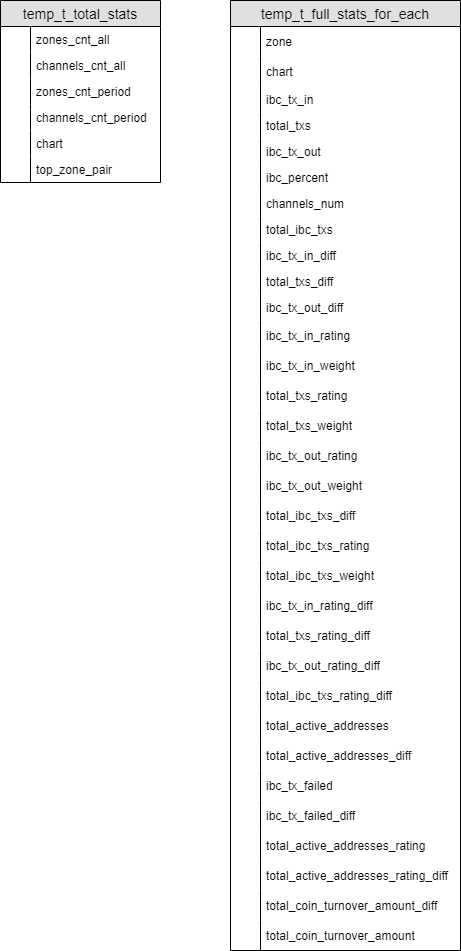
Above: docs/img/map-of-zones-DB temp.png in mapofzones/docs (draw.io), before the change. Source tidied: cells renumbered, new cells last; positions are measured from the earlier drawing's top-left corner, leaving out a move shared by most shapes.
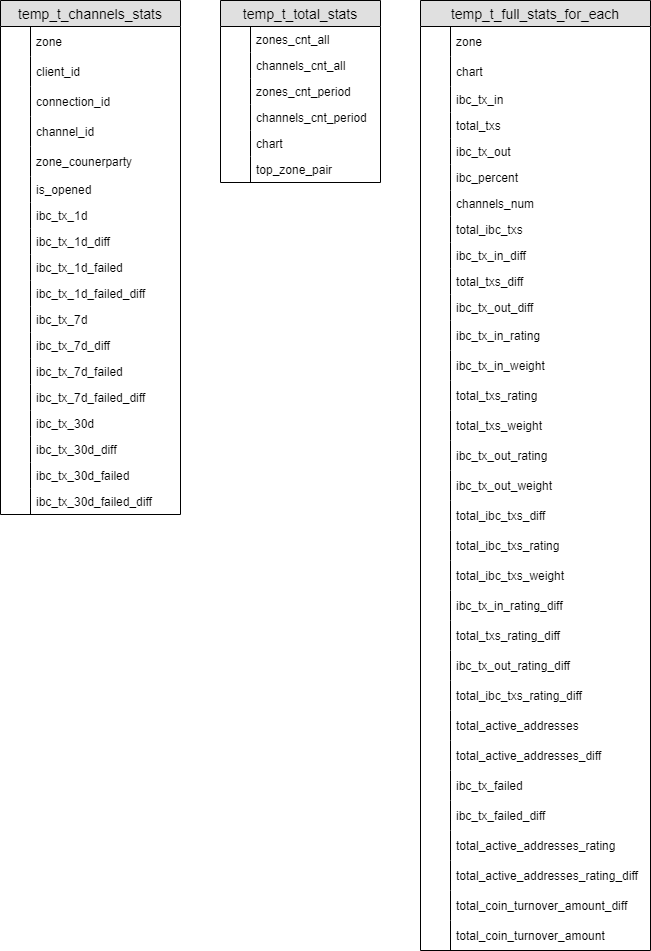
Later version of the same file.

What changed in the source:
```diff
@@ -3,7 +3,7 @@
     <mxCell id="0" />
     <mxCell id="1" parent="0" />
     <mxCell id="2" value="temp_t_total_stats" style="swimlane;fontStyle=0;horizontal=1;startSize=26;fillColor=#e0e0e0;swimlaneFillColor=#ffffff;align=center;fontSize=14;" parent="1" vertex="1">
-      <mxGeometry width="160" height="182" as="geometry" />
+      <mxGeometry x="30" width="160" height="182" as="geometry" />
     </mxCell>
     <mxCell id="3" value="zones_cnt_all" style="shape=partialRectangle;top=0;left=0;right=0;bottom=0;align=left;verticalAlign=top;fillColor=none;spacingLeft=34;spacingRight=4;overflow=hidden;fontSize=12;" parent="2" vertex="1">
       <mxGeometry y="26" width="160" height="26" as="geometry" />
@@ -236,5 +236,116 @@
     <mxCell id="79" style="shape=partialRectangle;top=0;left=0;bottom=0;fillColor=none;align=left;verticalAlign=middle;spacingLeft=4;spacingRight=4;overflow=hidden;fontSize=12;" parent="78" vertex="1">
       <mxGeometry width="30" height="30" as="geometry" />
     </mxCell>
+    <mxCell id="80" value="temp_t_channels_stats " style="swimlane;fontStyle=0;horizontal=1;startSize=26;fillColor=#e0e0e0;swimlaneFillColor=#ffffff;align=center;fontSize=14;" parent="1" vertex="1">
+      <mxGeometry x="-190" width="180" height="514" as="geometry" />
+    </mxCell>
+    <mxCell id="81" value="zone" style="shape=partialRectangle;top=0;left=0;right=0;bottom=0;align=left;verticalAlign=middle;fillColor=none;spacingLeft=34;spacingRight=4;overflow=hidden;fontStyle=0;fontSize=12;" parent="80" vertex="1">
+      <mxGeometry y="26" width="180" height="30" as="geometry" />
+    </mxCell>
+    <mxCell id="82" style="shape=partialRectangle;top=0;left=0;bottom=0;fillColor=none;align=left;verticalAlign=middle;spacingLeft=4;spacingRight=4;overflow=hidden;fontSize=12;" parent="81" vertex="1">
+      <mxGeometry width="30" height="30" as="geometry" />
+    </mxCell>
+    <mxCell id="83" value="client_id" style="shape=partialRectangle;top=0;left=0;right=0;bottom=0;align=left;verticalAlign=middle;fillColor=none;spacingLeft=34;spacingRight=4;overflow=hidden;fontStyle=0;fontSize=12;" parent="80" vertex="1">
+      <mxGeometry y="56" width="180" height="30" as="geometry" />
+    </mxCell>
+    <mxCell id="84" style="shape=partialRectangle;top=0;left=0;bottom=0;fillColor=none;align=left;verticalAlign=middle;spacingLeft=4;spacingRight=4;overflow=hidden;fontSize=12;" parent="83" vertex="1">
+      <mxGeometry width="30" height="30" as="geometry" />
+    </mxCell>
+    <mxCell id="85" value="connection_id" style="shape=partialRectangle;top=0;left=0;right=0;bottom=0;align=left;verticalAlign=middle;fillColor=none;spacingLeft=34;spacingRight=4;overflow=hidden;fontStyle=0;fontSize=12;" parent="80" vertex="1">
+      <mxGeometry y="86" width="180" height="30" as="geometry" />
+    </mxCell>
+    <mxCell id="86" style="shape=partialRectangle;top=0;left=0;bottom=0;fillColor=none;align=left;verticalAlign=middle;spacingLeft=4;spacingRight=4;overflow=hidden;fontSize=12;" parent="85" vertex="1">
+      <mxGeometry width="30" height="30" as="geometry" />
+    </mxCell>
+    <mxCell id="87" value="channel_id" style="shape=partialRectangle;top=0;left=0;right=0;bottom=0;align=left;verticalAlign=middle;fillColor=none;spacingLeft=34;spacingRight=4;overflow=hidden;fontStyle=0;fontSize=12;" parent="80" vertex="1">
+      <mxGeometry y="116" width="180" height="30" as="geometry" />
+    </mxCell>
+    <mxCell id="88" style="shape=partialRectangle;top=0;left=0;bottom=0;fillColor=none;align=left;verticalAlign=middle;spacingLeft=4;spacingRight=4;overflow=hidden;fontSize=12;" parent="87" vertex="1">
+      <mxGeometry width="30" height="30" as="geometry" />
+    </mxCell>
+    <mxCell id="89" value="zone_counerparty" style="shape=partialRectangle;top=0;left=0;right=0;bottom=0;align=left;verticalAlign=middle;fillColor=none;spacingLeft=34;spacingRight=4;overflow=hidden;fontStyle=0;fontSize=12;" parent="80" vertex="1">
+      <mxGeometry y="146" width="180" height="30" as="geometry" />
+    </mxCell>
+    <mxCell id="90" style="shape=partialRectangle;top=0;left=0;bottom=0;fillColor=none;align=left;verticalAlign=middle;spacingLeft=4;spacingRight=4;overflow=hidden;fontSize=12;" parent="89" vertex="1">
+      <mxGeometry width="30" height="30" as="geometry" />
+    </mxCell>
+    <mxCell id="91" value="is_opened" style="shape=partialRectangle;top=0;left=0;right=0;bottom=0;align=left;verticalAlign=top;fillColor=none;spacingLeft=34;spacingRight=4;overflow=hidden;fontSize=12;" parent="80" vertex="1">
+      <mxGeometry y="176" width="180" height="26" as="geometry" />
+    </mxCell>
+    <mxCell id="92" style="shape=partialRectangle;top=0;left=0;bottom=0;fillColor=none;align=left;verticalAlign=top;spacingLeft=4;spacingRight=4;overflow=hidden;fontSize=12;" parent="91" vertex="1">
+      <mxGeometry width="30" height="26" as="geometry" />
+    </mxCell>
+    <mxCell id="93" value="ibc_tx_1d" style="shape=partialRectangle;top=0;left=0;right=0;bottom=0;align=left;verticalAlign=top;fillColor=none;spacingLeft=34;spacingRight=4;overflow=hidden;fontSize=12;" parent="80" vertex="1">
+      <mxGeometry y="202" width="180" height="26" as="geometry" />
+    </mxCell>
+    <mxCell id="94" style="shape=partialRectangle;top=0;left=0;bottom=0;fillColor=none;align=left;verticalAlign=top;spacingLeft=4;spacingRight=4;overflow=hidden;fontSize=12;" parent="93" vertex="1">
+      <mxGeometry width="30" height="26" as="geometry" />
+    </mxCell>
+    <mxCell id="95" value="ibc_tx_1d_diff" style="shape=partialRectangle;top=0;left=0;right=0;bottom=0;align=left;verticalAlign=top;fillColor=none;spacingLeft=34;spacingRight=4;overflow=hidden;fontSize=12;" parent="80" vertex="1">
+      <mxGeometry y="228" width="180" height="26" as="geometry" />
+    </mxCell>
+    <mxCell id="96" style="shape=partialRectangle;top=0;left=0;bottom=0;fillColor=none;align=left;verticalAlign=top;spacingLeft=4;spacingRight=4;overflow=hidden;fontSize=12;" parent="95" vertex="1">
+      <mxGeometry width="30" height="26" as="geometry" />
+    </mxCell>
+    <mxCell id="97" value="ibc_tx_1d_failed" style="shape=partialRectangle;top=0;left=0;right=0;bottom=0;align=left;verticalAlign=top;fillColor=none;spacingLeft=34;spacingRight=4;overflow=hidden;fontSize=12;" parent="80" vertex="1">
+      <mxGeometry y="254" width="180" height="26" as="geometry" />
+    </mxCell>
+    <mxCell id="98" style="shape=partialRectangle;top=0;left=0;bottom=0;fillColor=none;align=left;verticalAlign=top;spacingLeft=4;spacingRight=4;overflow=hidden;fontSize=12;" parent="97" vertex="1">
+      <mxGeometry width="30" height="26" as="geometry" />
+    </mxCell>
+    <mxCell id="99" value="ibc_tx_1d_failed_diff" style="shape=partialRectangle;top=0;left=0;right=0;bottom=0;align=left;verticalAlign=top;fillColor=none;spacingLeft=34;spacingRight=4;overflow=hidden;fontSize=12;" parent="80" vertex="1">
+      <mxGeometry y="280" width="180" height="26" as="geometry" />
+    </mxCell>
+    <mxCell id="100" style="shape=partialRectangle;top=0;left=0;bottom=0;fillColor=none;align=left;verticalAlign=top;spacingLeft=4;spacingRight=4;overflow=hidden;fontSize=12;" parent="99" vertex="1">
+      <mxGeometry width="30" height="26" as="geometry" />
+    </mxCell>
+    <mxCell id="101" value="ibc_tx_7d" style="shape=partialRectangle;top=0;left=0;right=0;bottom=0;align=left;verticalAlign=top;fillColor=none;spacingLeft=34;spacingRight=4;overflow=hidden;fontSize=12;" parent="80" vertex="1">
+      <mxGeometry y="306" width="180" height="26" as="geometry" />
+    </mxCell>
+    <mxCell id="102" style="shape=partialRectangle;top=0;left=0;bottom=0;fillColor=none;align=left;verticalAlign=top;spacingLeft=4;spacingRight=4;overflow=hidden;fontSize=12;" parent="101" vertex="1">
+      <mxGeometry width="30" height="26" as="geometry" />
+    </mxCell>
+    <mxCell id="103" value="ibc_tx_7d_diff" style="shape=partialRectangle;top=0;left=0;right=0;bottom=0;align=left;verticalAlign=top;fillColor=none;spacingLeft=34;spacingRight=4;overflow=hidden;fontSize=12;" parent="80" vertex="1">
+      <mxGeometry y="332" width="180" height="26" as="geometry" />
+    </mxCell>
+    <mxCell id="104" style="shape=partialRectangle;top=0;left=0;bottom=0;fillColor=none;align=left;verticalAlign=top;spacingLeft=4;spacingRight=4;overflow=hidden;fontSize=12;" parent="103" vertex="1">
+      <mxGeometry width="30" height="26" as="geometry" />
+    </mxCell>
+    <mxCell id="105" value="ibc_tx_7d_failed" style="shape=partialRectangle;top=0;left=0;right=0;bottom=0;align=left;verticalAlign=top;fillColor=none;spacingLeft=34;spacingRight=4;overflow=hidden;fontSize=12;" parent="80" vertex="1">
+      <mxGeometry y="358" width="180" height="26" as="geometry" />
+    </mxCell>
+    <mxCell id="106" style="shape=partialRectangle;top=0;left=0;bottom=0;fillColor=none;align=left;verticalAlign=top;spacingLeft=4;spacingRight=4;overflow=hidden;fontSize=12;" parent="105" vertex="1">
+      <mxGeometry width="30" height="26" as="geometry" />
+    </mxCell>
+    <mxCell id="107" value="ibc_tx_7d_failed_diff" style="shape=partialRectangle;top=0;left=0;right=0;bottom=0;align=left;verticalAlign=top;fillColor=none;spacingLeft=34;spacingRight=4;overflow=hidden;fontSize=12;" parent="80" vertex="1">
+      <mxGeometry y="384" width="180" height="26" as="geometry" />
+    </mxCell>
+    <mxCell id="108" style="shape=partialRectangle;top=0;left=0;bottom=0;fillColor=none;align=left;verticalAlign=top;spacingLeft=4;spacingRight=4;overflow=hidden;fontSize=12;" parent="107" vertex="1">
+      <mxGeometry width="30" height="26" as="geometry" />
+    </mxCell>
+    <mxCell id="109" value="ibc_tx_30d" style="shape=partialRectangle;top=0;left=0;right=0;bottom=0;align=left;verticalAlign=top;fillColor=none;spacingLeft=34;spacingRight=4;overflow=hidden;fontSize=12;" parent="80" vertex="1">
+      <mxGeometry y="410" width="180" height="26" as="geometry" />
+    </mxCell>
+    <mxCell id="110" style="shape=partialRectangle;top=0;left=0;bottom=0;fillColor=none;align=left;verticalAlign=top;spacingLeft=4;spacingRight=4;overflow=hidden;fontSize=12;" parent="109" vertex="1">
+      <mxGeometry width="30" height="26" as="geometry" />
+    </mxCell>
+    <mxCell id="111" value="ibc_tx_30d_diff" style="shape=partialRectangle;top=0;left=0;right=0;bottom=0;align=left;verticalAlign=top;fillColor=none;spacingLeft=34;spacingRight=4;overflow=hidden;fontSize=12;" parent="80" vertex="1">
+      <mxGeometry y="436" width="180" height="26" as="geometry" />
+    </mxCell>
+    <mxCell id="112" style="shape=partialRectangle;top=0;left=0;bottom=0;fillColor=none;align=left;verticalAlign=top;spacingLeft=4;spacingRight=4;overflow=hidden;fontSize=12;" parent="111" vertex="1">
+      <mxGeometry width="30" height="26" as="geometry" />
+    </mxCell>
+    <mxCell id="113" value="ibc_tx_30d_failed" style="shape=partialRectangle;top=0;left=0;right=0;bottom=0;align=left;verticalAlign=top;fillColor=none;spacingLeft=34;spacingRight=4;overflow=hidden;fontSize=12;" parent="80" vertex="1">
+      <mxGeometry y="462" width="180" height="26" as="geometry" />
+    </mxCell>
+    <mxCell id="114" style="shape=partialRectangle;top=0;left=0;bottom=0;fillColor=none;align=left;verticalAlign=top;spacingLeft=4;spacingRight=4;overflow=hidden;fontSize=12;" parent="113" vertex="1">
+      <mxGeometry width="30" height="26" as="geometry" />
+    </mxCell>
+    <mxCell id="115" value="ibc_tx_30d_failed_diff" style="shape=partialRectangle;top=0;left=0;right=0;bottom=0;align=left;verticalAlign=top;fillColor=none;spacingLeft=34;spacingRight=4;overflow=hidden;fontSize=12;" parent="80" vertex="1">
+      <mxGeometry y="488" width="180" height="26" as="geometry" />
+    </mxCell>
+    <mxCell id="116" style="shape=partialRectangle;top=0;left=0;bottom=0;fillColor=none;align=left;verticalAlign=top;spacingLeft=4;spacingRight=4;overflow=hidden;fontSize=12;" parent="115" vertex="1">
+      <mxGeometry width="30" height="26" as="geometry" />
+    </mxCell>
   </root>
 </mxGraphModel>
```
